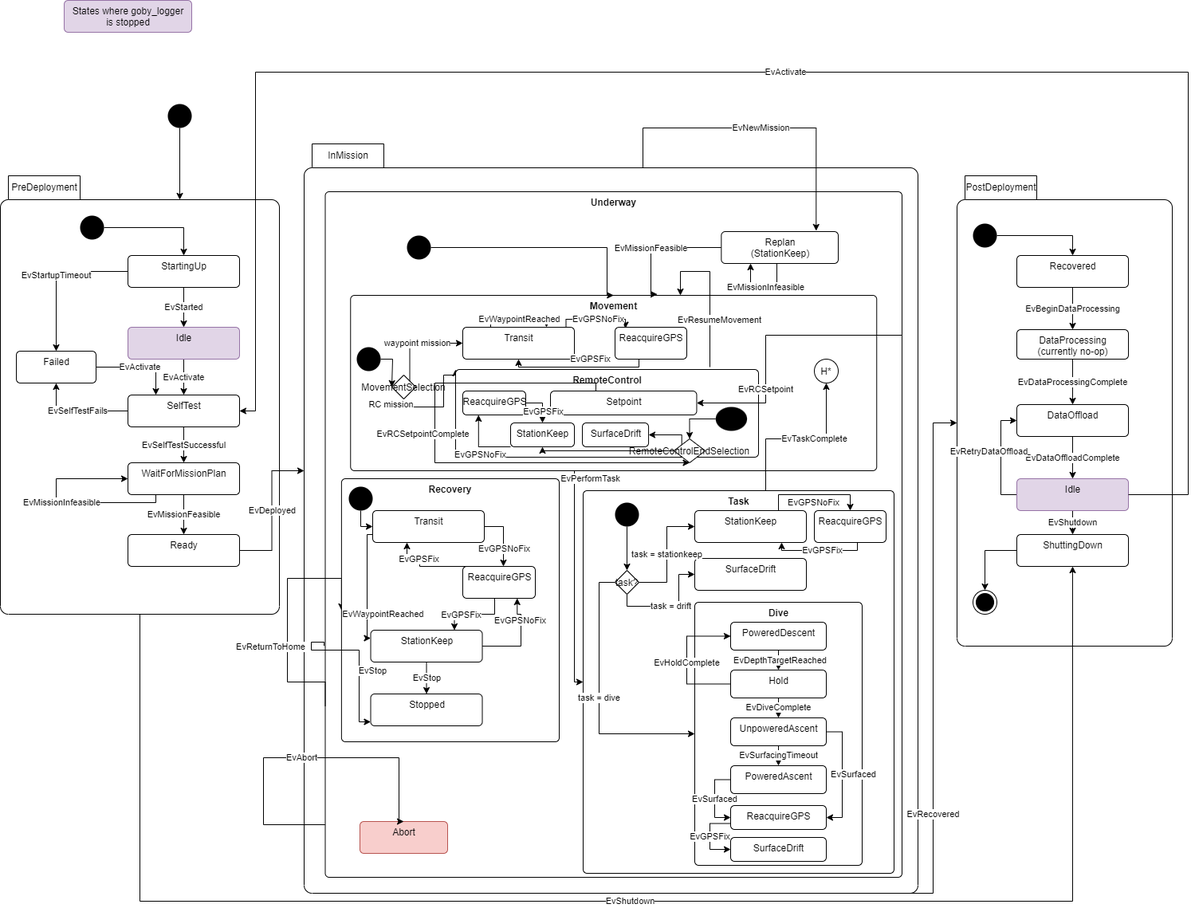
Above: src/doc/figures/mission-states.png in jaiarobotics/jaiabot (draw.io), before the change. Source tidied: cells renumbered, new cells last; positions are measured from the earlier drawing's top-left corner, leaving out a move shared by most shapes.
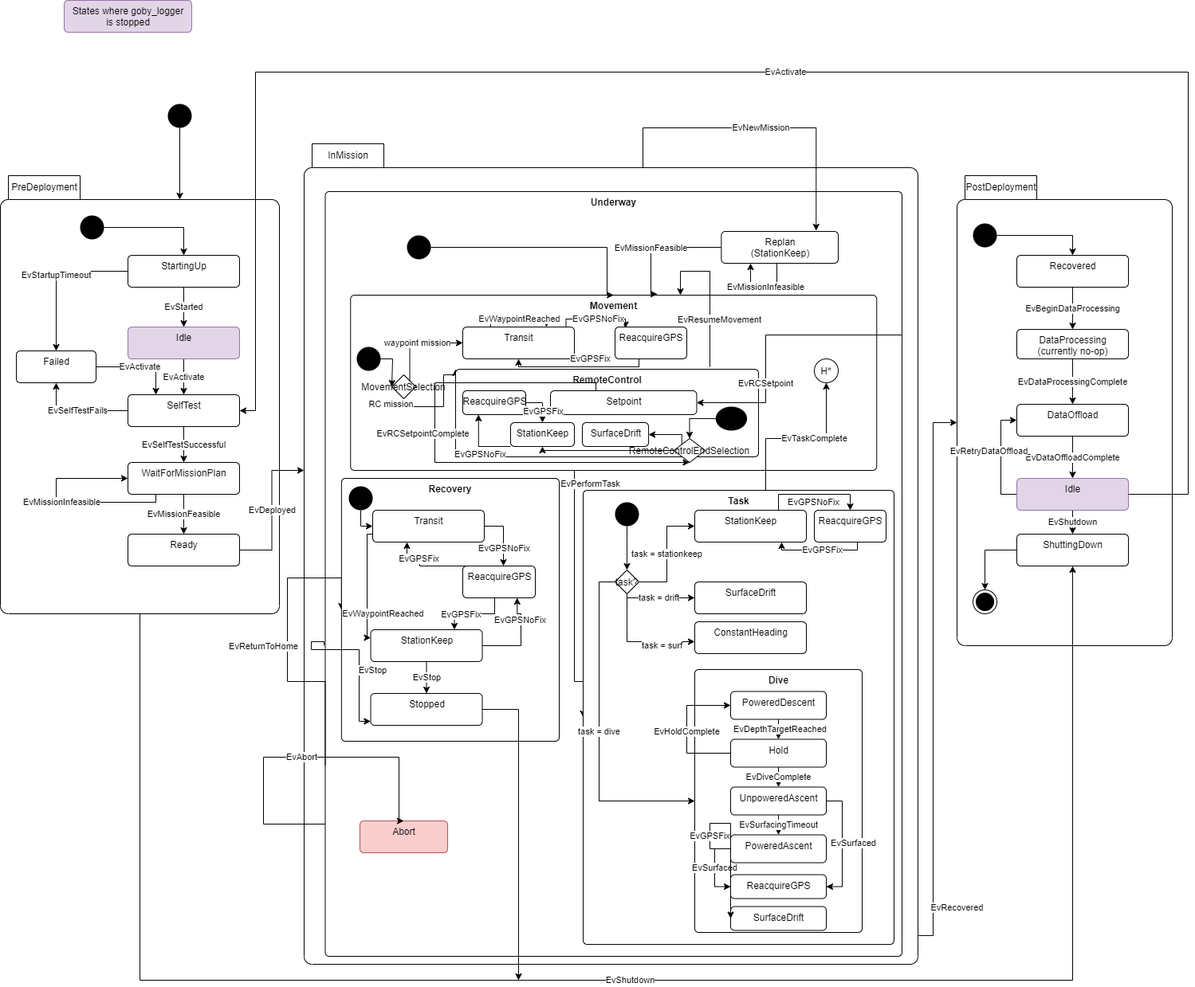
Above is the later version.

Commit message:
task/JAIAB-5-update-state-diagram-to-include-surf-task (#324)

* Added surf task

* Updated mission state figure to include surf zone task

* Changed from surfzone task to constant heading task

* Changed name from surf zone to constant heading task

* Commenting out constant heading in the ui until it is fully functional

* Updated mission state diagram to include shutdown from state stopped

What changed in the source:
```diff
@@ -118,20 +118,21 @@
       <mxGeometry relative="1" as="geometry" />
     </mxCell>
     <mxCell id="36" style="group;" parent="1" vertex="1">
-      <mxGeometry x="401" y="280" width="830" height="840" as="geometry" />
+      <mxGeometry x="401" y="280" width="830" height="930" as="geometry" />
     </mxCell>
     <mxCell id="37" value="InMission" style="shape=folder;align=center;verticalAlign=middle;fontStyle=0;tabWidth=100;tabHeight=30;tabPosition=left;html=1;boundedLbl=1;labelInHeader=1;rounded=1;absoluteArcSize=1;arcSize=10;" parent="36" vertex="1">
-      <mxGeometry x="-20" y="-100" width="770" height="940" as="geometry" />
+      <mxGeometry x="-20" y="-100" width="770" height="1030" as="geometry" />
     </mxCell>
     <mxCell id="38" value="&lt;b&gt;Underway&lt;/b&gt;" style="html=1;align=center;verticalAlign=top;rounded=1;absoluteArcSize=1;arcSize=10;dashed=0;" parent="36" vertex="1">
-      <mxGeometry x="6.5" y="-40" width="723.5" height="860" as="geometry" />
+      <mxGeometry x="6.5" y="-40" width="723.5" height="960" as="geometry" />
     </mxCell>
     <mxCell id="39" value="EvReturnToHome" style="edgeStyle=orthogonalEdgeStyle;rounded=0;jettySize=auto;html=1;entryX=0;entryY=0.5;entryDx=0;entryDy=0;exitX=0;exitY=0.75;exitDx=0;exitDy=0;" parent="36" edge="1" source="38" target="44">
-      <mxGeometry x="-0.23" y="21" relative="1" as="geometry">
+      <mxGeometry x="0.01" y="30" relative="1" as="geometry">
         <Array as="points">
           <mxPoint x="-41" y="575" />
           <mxPoint x="-41" y="445" />
         </Array>
+        <mxPoint y="1" as="offset" />
       </mxGeometry>
     </mxCell>
     <mxCell id="40" value="&lt;b&gt;Movement&lt;/b&gt;" style="html=1;align=center;verticalAlign=top;rounded=1;absoluteArcSize=1;arcSize=10;dashed=0;" parent="36" vertex="1">
@@ -225,19 +226,19 @@
       <mxGeometry x="620" y="170" width="30" height="30" as="geometry" />
     </mxCell>
     <mxCell id="59" style="group;" parent="36" vertex="1">
-      <mxGeometry x="330" y="335" width="390" height="480" as="geometry" />
+      <mxGeometry x="330" y="335" width="390" height="570" as="geometry" />
     </mxCell>
     <mxCell id="60" value="&lt;b&gt;Task&lt;/b&gt;" style="html=1;align=center;verticalAlign=top;rounded=1;absoluteArcSize=1;arcSize=10;dashed=0;" parent="59" vertex="1">
-      <mxGeometry width="390" height="480" as="geometry" />
+      <mxGeometry width="390" height="570" as="geometry" />
     </mxCell>
     <mxCell id="61" value="StationKeep" style="html=1;align=center;verticalAlign=top;rounded=1;absoluteArcSize=1;arcSize=10;dashed=0;" parent="59" vertex="1">
       <mxGeometry x="140" y="25" width="140" height="40" as="geometry" />
     </mxCell>
     <mxCell id="62" value="&lt;b&gt;Dive&lt;/b&gt;" style="html=1;align=center;verticalAlign=top;rounded=1;absoluteArcSize=1;arcSize=10;dashed=0;" parent="59" vertex="1">
-      <mxGeometry x="140" y="140" width="210" height="330" as="geometry" />
+      <mxGeometry x="140" y="225" width="210" height="330" as="geometry" />
     </mxCell>
     <mxCell id="63" value="SurfaceDrift" style="html=1;align=center;verticalAlign=top;rounded=1;absoluteArcSize=1;arcSize=10;dashed=0;" parent="59" vertex="1">
-      <mxGeometry x="140" y="85" width="140" height="40" as="geometry" />
+      <mxGeometry x="140" y="115" width="140" height="40" as="geometry" />
     </mxCell>
     <mxCell id="64" value="task = stationkeep" style="edgeStyle=orthogonalEdgeStyle;rounded=0;jettySize=auto;html=1;entryX=0;entryY=0.5;entryDx=0;entryDy=0;" parent="59" edge="1" source="67" target="61">
       <mxGeometry relative="1" as="geometry">
@@ -250,9 +251,7 @@
     <mxCell id="65" value="task = drift" style="edgeStyle=orthogonalEdgeStyle;rounded=0;jettySize=auto;html=1;entryX=0;entryY=0.5;entryDx=0;entryDy=0;exitX=0.5;exitY=1;exitDx=0;exitDy=0;" parent="59" edge="1" source="67" target="63">
       <mxGeometry relative="1" as="geometry">
         <Array as="points">
-          <mxPoint x="55" y="145" />
-          <mxPoint x="120" y="145" />
-          <mxPoint x="120" y="105" />
+          <mxPoint x="55" y="135" />
         </Array>
       </mxGeometry>
     </mxCell>
@@ -275,7 +274,7 @@
       <mxGeometry x="0.03" y="-1" relative="1" as="geometry" />
     </mxCell>
     <mxCell id="72" value="PoweredDescent" style="html=1;align=center;verticalAlign=top;rounded=1;absoluteArcSize=1;arcSize=10;dashed=0;" parent="59" vertex="1">
-      <mxGeometry x="185" y="165" width="120" height="35" as="geometry" />
+      <mxGeometry x="185" y="252.5" width="120" height="35" as="geometry" />
     </mxCell>
     <mxCell id="73" value="EvDiveComplete" style="edgeStyle=orthogonalEdgeStyle;rounded=0;jettySize=auto;html=1;" parent="59" edge="1" source="75" target="78">
       <mxGeometry relative="1" as="geometry" />
@@ -283,14 +282,14 @@
     <mxCell id="74" value="EvHoldComplete" style="edgeStyle=orthogonalEdgeStyle;rounded=0;jettySize=auto;html=1;entryX=0;entryY=0.5;entryDx=0;entryDy=0;exitX=0;exitY=0.5;exitDx=0;exitDy=0;" parent="59" edge="1" source="75" target="72">
       <mxGeometry x="-0.03" relative="1" as="geometry">
         <Array as="points">
-          <mxPoint x="130" y="243" />
-          <mxPoint x="130" y="183" />
+          <mxPoint x="130" y="330.5" />
+          <mxPoint x="130" y="270.5" />
         </Array>
         <mxPoint y="1" as="offset" />
       </mxGeometry>
     </mxCell>
     <mxCell id="75" value="Hold" style="html=1;align=center;verticalAlign=top;rounded=1;absoluteArcSize=1;arcSize=10;dashed=0;" parent="59" vertex="1">
-      <mxGeometry x="185" y="225" width="120" height="35" as="geometry" />
+      <mxGeometry x="185" y="312.5" width="120" height="35" as="geometry" />
     </mxCell>
     <mxCell id="76" value="EvSurfacingTimeout" style="edgeStyle=orthogonalEdgeStyle;rounded=0;jettySize=auto;html=1;entryX=0.5;entryY=0;entryDx=0;entryDy=0;" parent="59" edge="1" source="78" target="80">
       <mxGeometry relative="1" as="geometry" />
@@ -299,19 +298,19 @@
       <mxGeometry x="-0.02" y="14" relative="1" as="geometry" />
     </mxCell>
     <mxCell id="78" value="UnpoweredAscent" style="html=1;align=center;verticalAlign=top;rounded=1;absoluteArcSize=1;arcSize=10;dashed=0;" parent="59" vertex="1">
-      <mxGeometry x="185" y="285" width="120" height="35" as="geometry" />
+      <mxGeometry x="185" y="372.5" width="120" height="35" as="geometry" />
     </mxCell>
     <mxCell id="79" value="EvSurfaced" style="edgeStyle=orthogonalEdgeStyle;rounded=0;jettySize=auto;html=1;entryX=0;entryY=0.5;entryDx=0;entryDy=0;exitX=0;exitY=0.5;exitDx=0;exitDy=0;" parent="59" edge="1" source="80" target="81">
       <mxGeometry relative="1" as="geometry" />
     </mxCell>
     <mxCell id="80" value="PoweredAscent" style="html=1;align=center;verticalAlign=top;rounded=1;absoluteArcSize=1;arcSize=10;dashed=0;" parent="59" vertex="1">
-      <mxGeometry x="185" y="345" width="120" height="35" as="geometry" />
+      <mxGeometry x="185" y="432.5" width="120" height="35" as="geometry" />
     </mxCell>
     <mxCell id="81" value="ReacquireGPS" style="html=1;align=center;verticalAlign=top;rounded=1;absoluteArcSize=1;arcSize=10;dashed=0;" parent="59" vertex="1">
-      <mxGeometry x="185" y="395" width="120" height="30" as="geometry" />
+      <mxGeometry x="185" y="482.5" width="120" height="30" as="geometry" />
     </mxCell>
     <mxCell id="82" value="SurfaceDrift" style="html=1;align=center;verticalAlign=top;rounded=1;absoluteArcSize=1;arcSize=10;dashed=0;" parent="59" vertex="1">
-      <mxGeometry x="185" y="435" width="120" height="30" as="geometry" />
+      <mxGeometry x="185" y="522.5" width="120" height="30" as="geometry" />
     </mxCell>
     <mxCell id="83" value="EvGPSFix" style="edgeStyle=orthogonalEdgeStyle;rounded=0;jettySize=auto;html=1;entryX=0;entryY=0.5;entryDx=0;entryDy=0;exitX=0;exitY=0.75;exitDx=0;exitDy=0;" parent="59" edge="1" source="81" target="82">
       <mxGeometry relative="1" as="geometry">
@@ -342,6 +341,17 @@
         </Array>
       </mxGeometry>
     </mxCell>
+    <mxCell id="128" value="ConstantHeading" style="html=1;align=center;verticalAlign=top;rounded=1;absoluteArcSize=1;arcSize=10;dashed=0;" parent="59" vertex="1">
+      <mxGeometry x="140" y="165" width="140" height="40" as="geometry" />
+    </mxCell>
+    <mxCell id="129" value="task = surf" style="edgeStyle=orthogonalEdgeStyle;rounded=0;jettySize=auto;html=1;entryX=0;entryY=0.5;entryDx=0;entryDy=0;exitX=0.5;exitY=1;exitDx=0;exitDy=0;" parent="59" edge="1" source="67">
+      <mxGeometry x="0.43" y="-5" relative="1" as="geometry">
+        <mxPoint x="140" y="190" as="targetPoint" />
+        <Array as="points">
+          <mxPoint x="55" y="190" />
+        </Array>
+      </mxGeometry>
+    </mxCell>
     <mxCell id="87" value="EvNewMission" style="edgeStyle=orthogonalEdgeStyle;rounded=0;jettySize=auto;html=1;exitX=0;exitY=0;exitDx=425;exitDy=30;exitPerimeter=0;entryX=0.811;entryY=-0.025;entryDx=0;entryDy=0;entryPerimeter=0;" parent="36" edge="1" source="37" target="90">
       <mxGeometry relative="1" as="geometry" />
     </mxCell>
@@ -557,11 +567,10 @@
     <mxCell id="123" value="EvDeployed" style="edgeStyle=orthogonalEdgeStyle;rounded=0;jettySize=auto;html=1;entryX=0;entryY=0;entryDx=0;entryDy=410;entryPerimeter=0;" parent="1" edge="1" source="23" target="37">
       <mxGeometry relative="1" as="geometry" />
     </mxCell>
-    <mxCell id="124" value="EvRecovered" style="edgeStyle=orthogonalEdgeStyle;rounded=0;jettySize=auto;html=1;entryX=0;entryY=0;entryDx=0;entryDy=310;exitX=0.475;exitY=1;exitDx=0;exitDy=0;exitPerimeter=0;entryPerimeter=0;" parent="1" edge="1" source="37" target="3">
-      <mxGeometry relative="1" as="geometry">
+    <mxCell id="124" value="EvRecovered" style="edgeStyle=orthogonalEdgeStyle;rounded=0;jettySize=auto;html=1;entryX=0;entryY=0;entryDx=0;entryDy=310;entryPerimeter=0;exitX=1;exitY=0.965;exitDx=0;exitDy=0;exitPerimeter=0;" parent="1" edge="1" source="37" target="3">
+      <mxGeometry x="-0.84" y="-30" relative="1" as="geometry">
         <Array as="points">
-          <mxPoint x="747" y="1120" />
-          <mxPoint x="1170" y="1120" />
+          <mxPoint x="1170" y="1174" />
           <mxPoint x="1170" y="530" />
         </Array>
       </mxGeometry>
@@ -569,8 +578,8 @@
     <mxCell id="125" value="EvShutdown" style="edgeStyle=orthogonalEdgeStyle;rounded=0;jettySize=auto;html=1;entryX=0.5;entryY=1;entryDx=0;entryDy=0;" parent="1" edge="1" source="19" target="10">
       <mxGeometry relative="1" as="geometry">
         <Array as="points">
-          <mxPoint x="175" y="1130" />
-          <mxPoint x="1345" y="1130" />
+          <mxPoint x="175" y="1230" />
+          <mxPoint x="1345" y="1230" />
         </Array>
       </mxGeometry>
     </mxCell>
@@ -587,5 +596,13 @@
     <mxCell id="127" value="States where goby_logger&lt;br&gt;is stopped" style="html=1;align=center;verticalAlign=top;rounded=1;absoluteArcSize=1;arcSize=10;dashed=0;fillColor=#e1d5e7;strokeColor=#9673a6;" parent="1" vertex="1">
       <mxGeometry x="80" width="160" height="40" as="geometry" />
     </mxCell>
+    <mxCell id="130" style="endArrow=classic;html=1;rounded=0;exitX=1;exitY=0.5;exitDx=0;exitDy=0;" parent="1" edge="1" source="56">
+      <mxGeometry relative="1" as="geometry">
+        <mxPoint x="650" y="1230" as="targetPoint" />
+        <Array as="points">
+          <mxPoint x="650" y="890" />
+        </Array>
+      </mxGeometry>
+    </mxCell>
   </root>
 </mxGraphModel>
```
